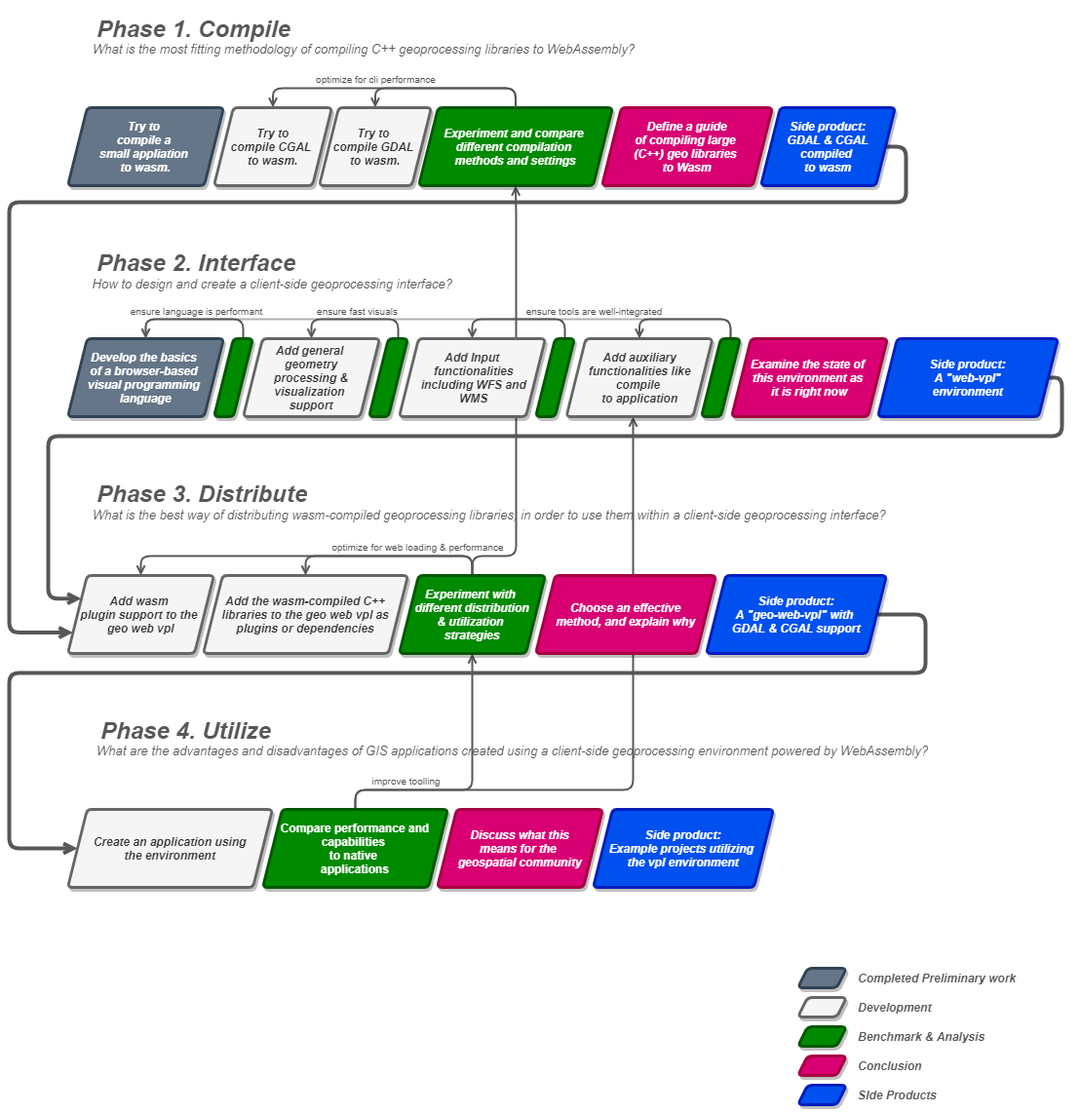
Above: proposal/schemas/methodology/method.png in the-red-feather/thesis (draw.io), before the change. Source tidied: cells renumbered, new cells last; positions are measured from the earlier drawing's top-left corner, leaving out a move shared by most shapes.
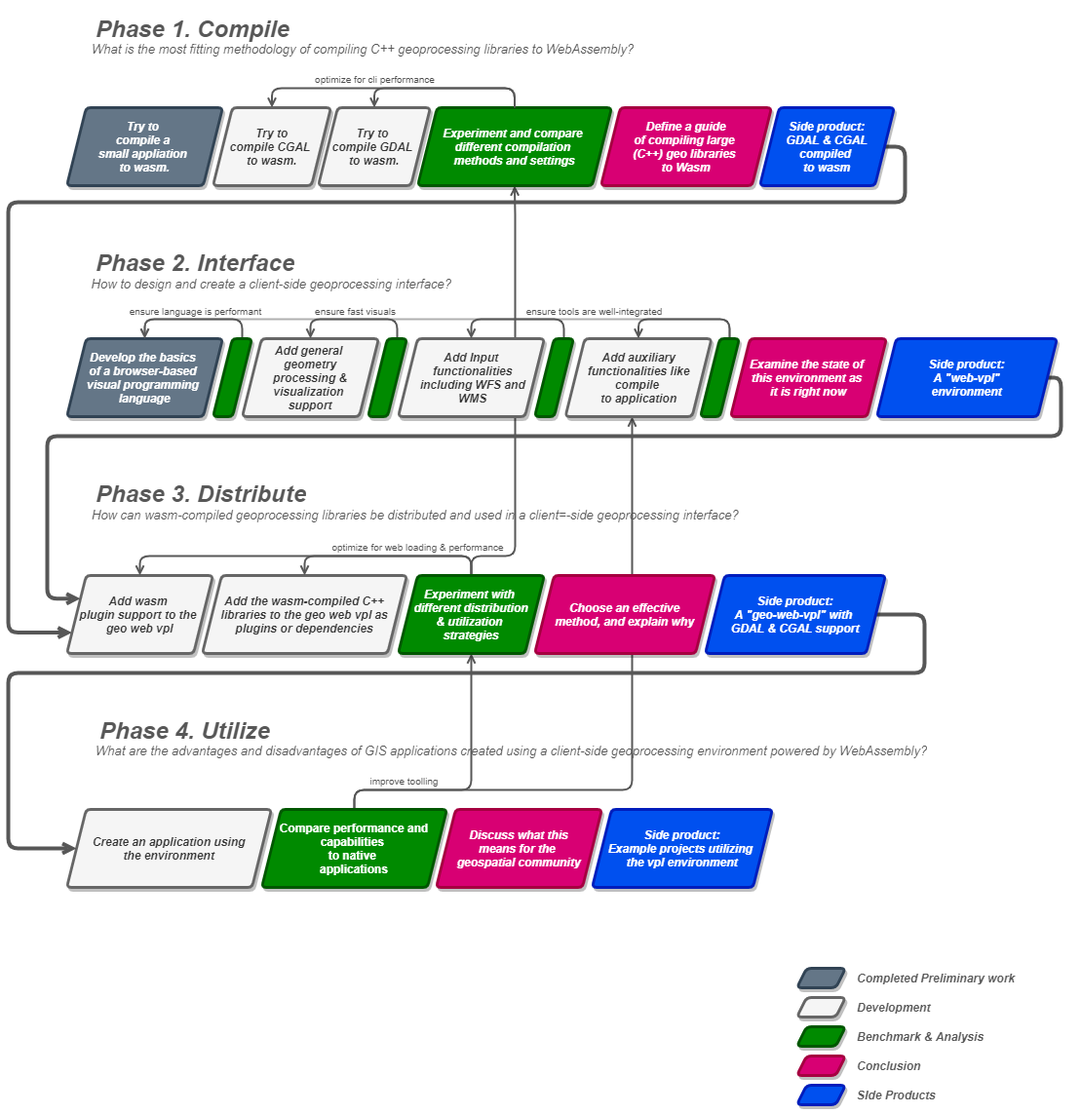
Above is the later version.

The edit, as a diff of the source:
```diff
@@ -177,7 +177,7 @@
     <mxCell id="45" value="&lt;h1&gt;&lt;span style=&quot;font-weight: 400&quot;&gt;&lt;i&gt;&lt;font style=&quot;font-size: 13px&quot;&gt;&amp;nbsp;How to design and create a client-side geoprocessing interface?&lt;/font&gt;&lt;/i&gt;&lt;/span&gt;&lt;br style=&quot;font-size: 12px&quot;&gt;&lt;/h1&gt;" style="text;html=1;strokeColor=none;fillColor=none;spacing=5;spacingTop=-20;whiteSpace=wrap;overflow=hidden;fontColor=#575757;rounded=0;rotation=0;fontFamily=Helvetica;align=left;verticalAlign=bottom;fontSize=12;" parent="1" vertex="1">
       <mxGeometry x="77" y="263" width="680" height="32" as="geometry" />
     </mxCell>
-    <mxCell id="46" value="&lt;h1&gt;&lt;span style=&quot;font-size: 13px ; font-weight: 400&quot;&gt;&lt;i&gt;What is the best way of distributing wasm-compiled geoprocessing libraries, in order to use them within a client-side geoprocessing interface?&lt;/i&gt;&lt;/span&gt;&lt;br style=&quot;font-size: 12px&quot;&gt;&lt;/h1&gt;" style="text;html=1;strokeColor=none;fillColor=none;spacing=5;spacingTop=-20;whiteSpace=wrap;overflow=hidden;fontColor=#575757;rounded=0;rotation=0;fontFamily=Helvetica;align=left;verticalAlign=bottom;fontSize=12;labelBackgroundColor=default;" parent="1" vertex="1">
+    <mxCell id="46" value="&lt;h1&gt;&lt;span style=&quot;font-size: 13px ; font-weight: 400&quot;&gt;&lt;i&gt;How can wasm-compiled geoprocessing libraries be distributed and used in a client=-side geoprocessing interface?&lt;/i&gt;&lt;/span&gt;&lt;br style=&quot;font-size: 12px&quot;&gt;&lt;/h1&gt;" style="text;html=1;strokeColor=none;fillColor=none;spacing=5;spacingTop=-20;whiteSpace=wrap;overflow=hidden;fontColor=#575757;rounded=0;rotation=0;fontFamily=Helvetica;align=left;verticalAlign=bottom;fontSize=12;labelBackgroundColor=default;" parent="1" vertex="1">
       <mxGeometry x="81" y="500" width="869" height="40" as="geometry" />
     </mxCell>
     <mxCell id="47" value="&lt;h1 style=&quot;font-size: 13px&quot;&gt;&lt;span style=&quot;font-weight: 400&quot;&gt;&lt;i&gt;&lt;font style=&quot;font-size: 13px&quot;&gt;What are the advantages and disadvantages of GIS applications created&amp;nbsp;&lt;/font&gt;&lt;/i&gt;&lt;/span&gt;&lt;i style=&quot;font-weight: 400&quot;&gt;using a client-side geoprocessing environment powered by WebAssembly?&lt;/i&gt;&lt;/h1&gt;" style="text;html=1;strokeColor=none;fillColor=none;spacing=5;spacingTop=-20;whiteSpace=wrap;overflow=hidden;fontColor=#575757;rounded=0;rotation=0;fontFamily=Helvetica;align=left;verticalAlign=bottom;fontSize=12;labelBackgroundColor=default;" parent="1" vertex="1">
```
